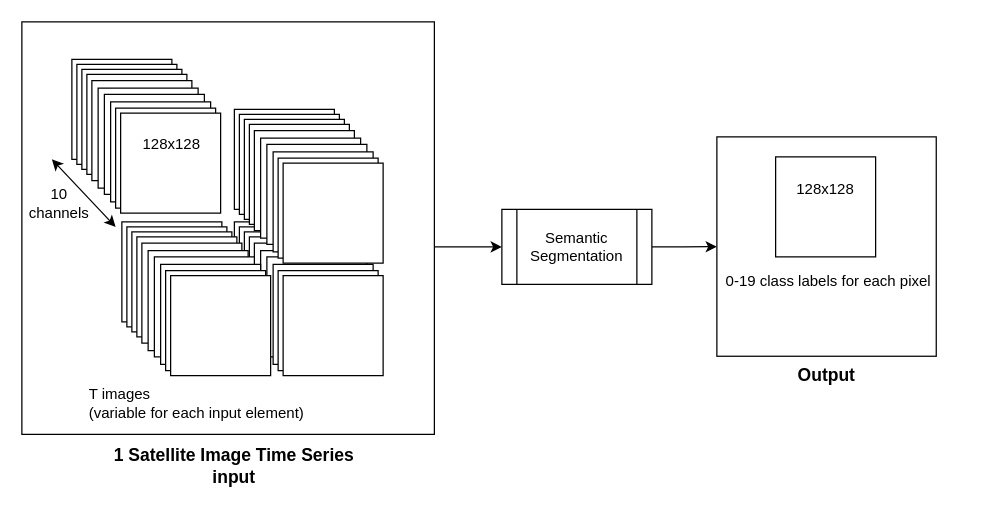
Before: diagrams/PASTIS_dataset.drawio in ShauryaBhardwaj/PASTIS, a draw.io diagram. Source tidied: cells renumbered, new cells numbered last; positions are measured from the earlier drawing's top-left corner, leaving out a move shared by most shapes. Both pictures are drawn from the tidied source at 125%, with x=0, y=0 at pixel (21, 21).
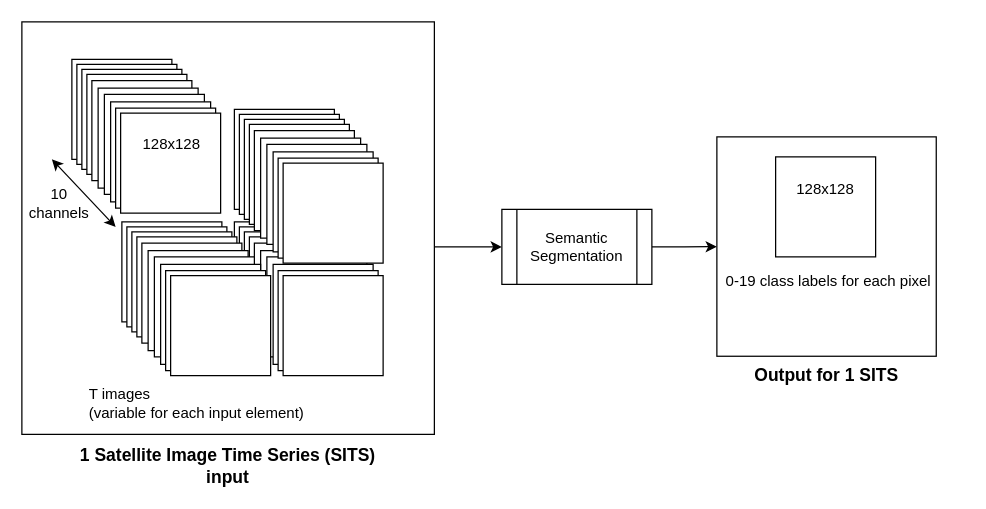
The same page after the edit.

The edit, as a diff of the source:
```diff
@@
-    <mxCell id="53" value="&lt;b&gt;&lt;font style=&quot;font-size: 14px;&quot;&gt;1 Satellite Image Time Series input&lt;/font&gt;&lt;/b&gt;" style="text;strokeColor=none;align=center;fillColor=none;html=1;verticalAlign=middle;whiteSpace=wrap;rounded=0;" parent="1" vertex="1">
-      <mxGeometry x="60" y="340" width="220" height="30" as="geometry" />
+    <mxCell id="53" value="&lt;b&gt;&lt;font style=&quot;font-size: 14px;&quot;&gt;1 Satellite Image Time Series (SITS) input&lt;/font&gt;&lt;/b&gt;" style="text;strokeColor=none;align=center;fillColor=none;html=1;verticalAlign=middle;whiteSpace=wrap;rounded=0;" parent="1" vertex="1">
+      <mxGeometry x="45" y="340" width="240" height="30" as="geometry" />
     </mxCell>
@@
-    <mxCell id="57" value="&lt;b&gt;&lt;font style=&quot;font-size: 14px;&quot;&gt;Output&lt;/font&gt;&lt;/b&gt;" style="text;strokeColor=none;align=center;fillColor=none;html=1;verticalAlign=middle;whiteSpace=wrap;rounded=0;" parent="1" vertex="1">
+    <mxCell id="57" value="&lt;b&gt;&lt;font style=&quot;font-size: 14px;&quot;&gt;Output for 1 SITS&lt;/font&gt;&lt;/b&gt;" style="text;strokeColor=none;align=center;fillColor=none;html=1;verticalAlign=middle;whiteSpace=wrap;rounded=0;" parent="1" vertex="1">
       <mxGeometry x="533.8" y="267.5" width="220" height="30" as="geometry" />
     </mxCell>
```
